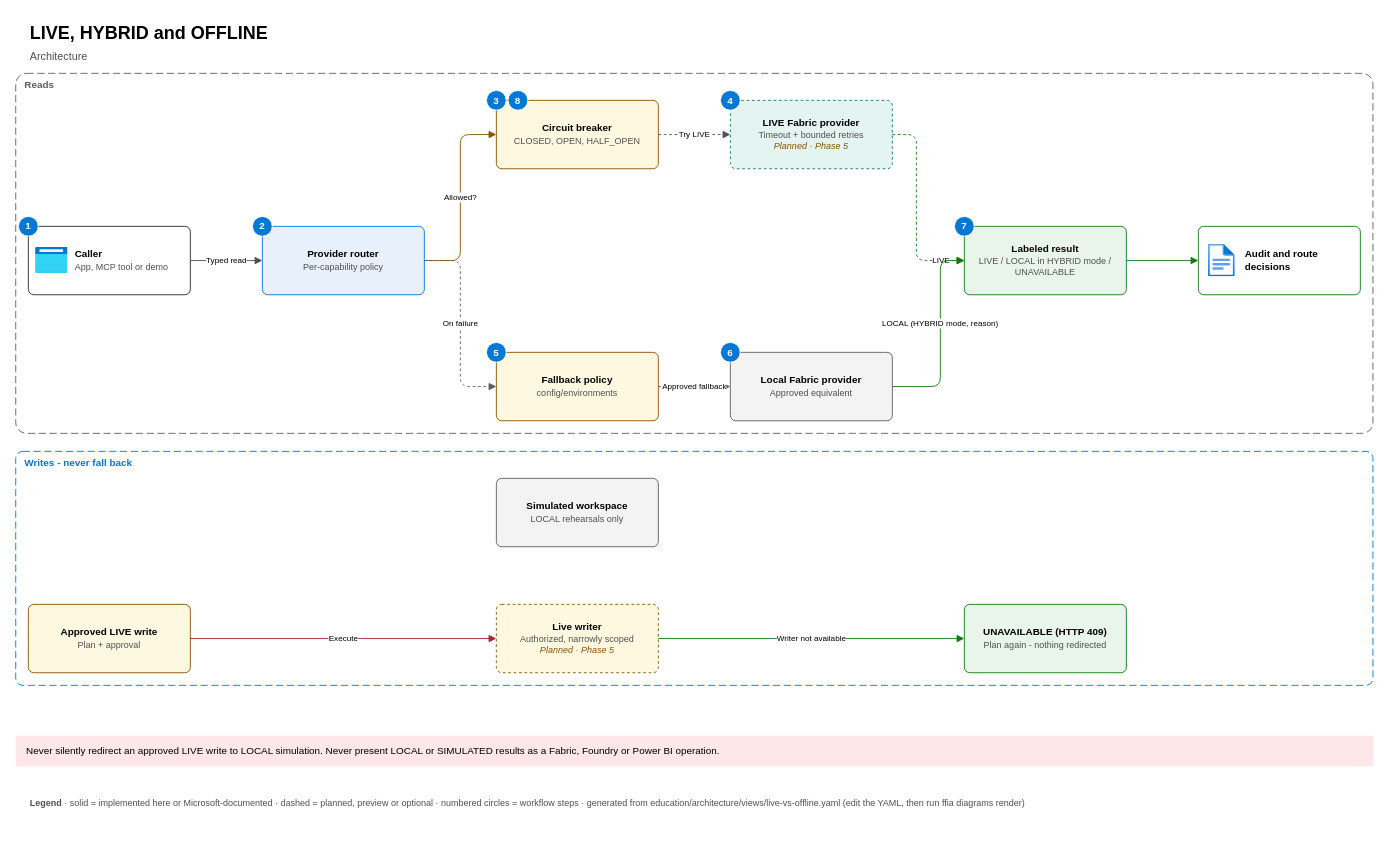
The draw.io diagram docs/architecture/diagrams/live-vs-offline.drawio in honestypugh2/fabric-foundry-integration-accelerator, before the edit. Source tidied: cells renumbered, new cells numbered last; positions are measured from the earlier drawing's top-left corner, leaving out a move shared by most shapes. Both pictures are drawn from the tidied source at 90%, with x=0, y=0 at pixel (15, 15).
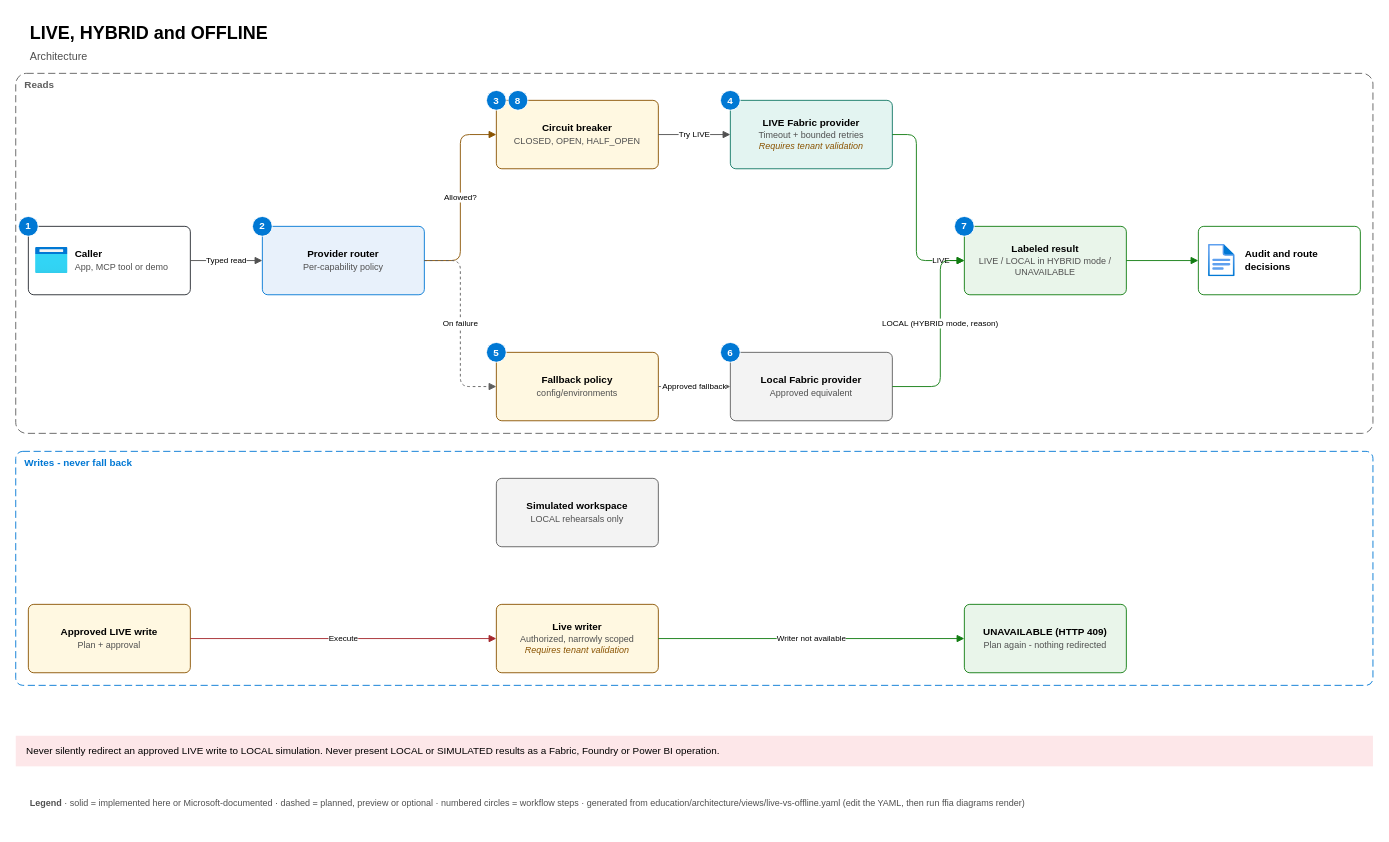
Above is the later version.

Unchanged cells that the change refers to:
```xml
<mxCell id="9" value="&lt;b&gt;Circuit breaker&lt;/b&gt;&lt;br&gt;&lt;font style=&quot;font-size:10px&quot; color=&quot;#505050&quot;&gt;CLOSED, OPEN, HALF_OPEN&lt;/font&gt;" style="rounded=1;whiteSpace=wrap;html=1;arcSize=8;fontSize=11;spacingLeft=6;spacingRight=6;fillColor=#FFF8E1;strokeColor=#8A5300;" parent="1" vertex="1">
  <mxGeometry x="534" y="94" width="180" height="76" as="geometry" />
</mxCell>
<mxCell id="13" value="&lt;b&gt;Labeled result&lt;/b&gt;&lt;br&gt;&lt;font style=&quot;font-size:10px&quot; color=&quot;#505050&quot;&gt;LIVE / LOCAL in HYBRID mode / UNAVAILABLE&lt;/font&gt;" style="rounded=1;whiteSpace=wrap;html=1;arcSize=8;fontSize=11;spacingLeft=6;spacingRight=6;fillColor=#E9F5EA;strokeColor=#107C10;" parent="1" vertex="1">
  <mxGeometry x="1054" y="234" width="180" height="76" as="geometry" />
</mxCell>
```

What changed in the source:
```diff
@@
-    <mxCell id="10" value="&lt;b&gt;LIVE Fabric provider&lt;/b&gt;&lt;br&gt;&lt;font style=&quot;font-size:10px&quot; color=&quot;#505050&quot;&gt;Timeout + bounded retries&lt;/font&gt;&lt;br&gt;&lt;font style=&quot;font-size:10px&quot; color=&quot;#8A5300&quot;&gt;&lt;i&gt;Planned · Phase 5&lt;/i&gt;&lt;/font&gt;" style="rounded=1;whiteSpace=wrap;html=1;arcSize=8;fontSize=11;spacingLeft=6;spacingRight=6;fillColor=#E3F4F1;strokeColor=#117865;dashed=1;" parent="1" vertex="1">
+    <mxCell id="10" value="&lt;b&gt;LIVE Fabric provider&lt;/b&gt;&lt;br&gt;&lt;font style=&quot;font-size:10px&quot; color=&quot;#505050&quot;&gt;Timeout + bounded retries&lt;/font&gt;&lt;br&gt;&lt;font style=&quot;font-size:10px&quot; color=&quot;#8A5300&quot;&gt;&lt;i&gt;Requires tenant validation&lt;/i&gt;&lt;/font&gt;" style="rounded=1;whiteSpace=wrap;html=1;arcSize=8;fontSize=11;spacingLeft=6;spacingRight=6;fillColor=#E3F4F1;strokeColor=#117865;" parent="1" vertex="1">
       <mxGeometry x="794" y="94" width="180" height="76" as="geometry" />
     </mxCell>
@@
-    <mxCell id="17" value="&lt;b&gt;Live writer&lt;/b&gt;&lt;br&gt;&lt;font style=&quot;font-size:10px&quot; color=&quot;#505050&quot;&gt;Authorized, narrowly scoped&lt;/font&gt;&lt;br&gt;&lt;font style=&quot;font-size:10px&quot; color=&quot;#8A5300&quot;&gt;&lt;i&gt;Planned · Phase 5&lt;/i&gt;&lt;/font&gt;" style="rounded=1;whiteSpace=wrap;html=1;arcSize=8;fontSize=11;spacingLeft=6;spacingRight=6;fillColor=#FFF8E1;strokeColor=#8A5300;dashed=1;" parent="1" vertex="1">
+    <mxCell id="17" value="&lt;b&gt;Live writer&lt;/b&gt;&lt;br&gt;&lt;font style=&quot;font-size:10px&quot; color=&quot;#505050&quot;&gt;Authorized, narrowly scoped&lt;/font&gt;&lt;br&gt;&lt;font style=&quot;font-size:10px&quot; color=&quot;#8A5300&quot;&gt;&lt;i&gt;Requires tenant validation&lt;/i&gt;&lt;/font&gt;" style="rounded=1;whiteSpace=wrap;html=1;arcSize=8;fontSize=11;spacingLeft=6;spacingRight=6;fillColor=#FFF8E1;strokeColor=#8A5300;" parent="1" vertex="1">
       <mxGeometry x="534" y="654" width="180" height="76" as="geometry" />
     </mxCell>
@@
-    <mxCell id="22" value="Try LIVE" style="edgeStyle=none;rounded=1;html=1;endArrow=block;endFill=1;jumpStyle=arc;fontSize=9;labelBackgroundColor=#FFFFFF;strokeColor=#505050;dashed=1;" parent="1" edge="1" source="9" target="10">
+    <mxCell id="22" value="Try LIVE" style="edgeStyle=none;rounded=1;html=1;endArrow=block;endFill=1;jumpStyle=arc;fontSize=9;labelBackgroundColor=#FFFFFF;strokeColor=#505050;" parent="1" edge="1" source="9" target="10">
       <mxGeometry relative="1" as="geometry" />
     </mxCell>
@@
-    <mxCell id="25" value="LIVE" style="edgeStyle=none;rounded=1;html=1;endArrow=block;endFill=1;jumpStyle=arc;fontSize=9;labelBackgroundColor=#FFFFFF;strokeColor=#107C10;dashed=1;" parent="1" edge="1" source="10" target="13">
+    <mxCell id="25" value="LIVE" style="edgeStyle=none;rounded=1;html=1;endArrow=block;endFill=1;jumpStyle=arc;fontSize=9;labelBackgroundColor=#FFFFFF;strokeColor=#107C10;" parent="1" edge="1" source="10" target="13">
       <mxGeometry x="0.76" relative="1" as="geometry">
         <Array as="points">
           <mxPoint x="1000.7" y="132" />
           <mxPoint x="1000.7" y="272" />
         </Array>
       </mxGeometry>
     </mxCell>
```
